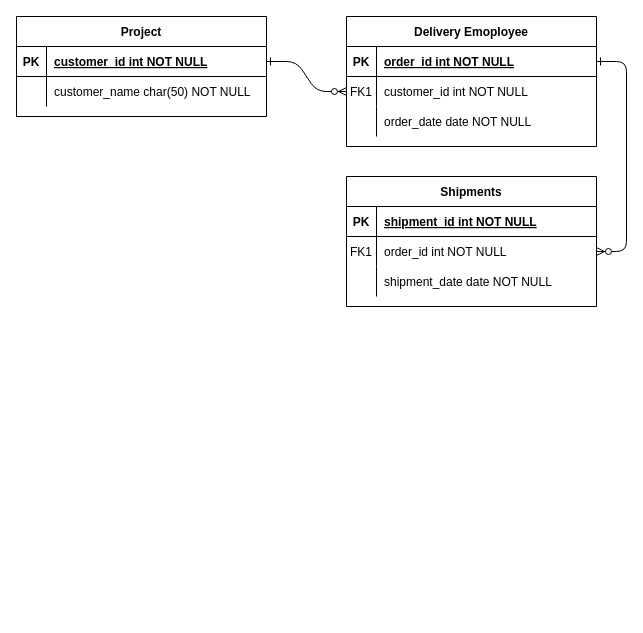
Before: Untitled Diagram.drawio in leeservice/sql_kainos_academy, a draw.io diagram. Source tidied: cells renumbered, new cells numbered last; positions are measured from the earlier drawing's top-left corner, leaving out a move shared by most shapes. Both pictures are drawn from the tidied source at 100%, with x=0, y=0 at pixel (16, 16).
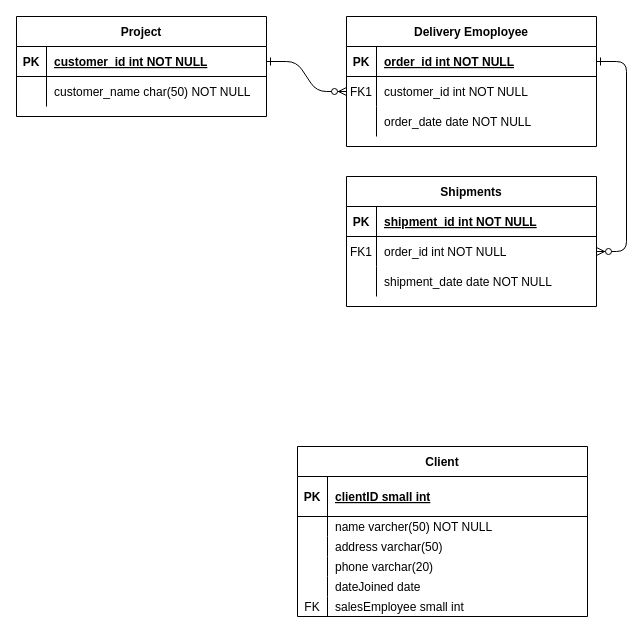
The same diagram, later.

What changed in the source:
```diff
@@
+    <mxCell id="31" value="Client" style="shape=table;startSize=30;childLayout=tableLayout;rowLines=0;fontStyle=1;align=center;" parent="1" vertex="1">
+      <mxGeometry x="281" y="430" width="290" height="170" as="geometry" />
+    </mxCell>
+    <mxCell id="32" style="shape=partialRectangle;fillColor=none;top=0;left=0;right=0;bottom=1;" parent="31" vertex="1">
+      <mxGeometry y="30" width="290" height="40" as="geometry" />
+    </mxCell>
+    <mxCell id="33" value="PK" style="shape=partialRectangle;overflow=hidden;fillColor=none;top=0;left=0;bottom=0;right=0;fontStyle=1;" parent="32" vertex="1">
+      <mxGeometry width="30" height="40" as="geometry" />
+    </mxCell>
+    <mxCell id="34" value="clientID small int" style="shape=partialRectangle;overflow=hidden;fillColor=none;top=0;left=0;bottom=0;right=0;align=left;spacingLeft=6;fontStyle=5;" parent="32" vertex="1">
+      <mxGeometry x="30" width="260" height="40" as="geometry" />
+    </mxCell>
+    <mxCell id="35" style="shape=partialRectangle;fillColor=none;top=0;left=0;right=0;bottom=0;" parent="31" vertex="1">
+      <mxGeometry y="70" width="290" height="20" as="geometry" />
+    </mxCell>
+    <mxCell id="36" style="shape=partialRectangle;overflow=hidden;fillColor=none;top=0;left=0;bottom=0;right=0;" parent="35" vertex="1">
+      <mxGeometry width="30" height="20" as="geometry" />
+    </mxCell>
+    <mxCell id="37" value="name varcher(50) NOT NULL" style="shape=partialRectangle;overflow=hidden;fillColor=none;top=0;left=0;bottom=0;right=0;align=left;spacingLeft=6;" parent="35" vertex="1">
+      <mxGeometry x="30" width="260" height="20" as="geometry" />
+    </mxCell>
+    <mxCell id="38" style="shape=partialRectangle;fillColor=none;top=0;left=0;right=0;bottom=0;" parent="31" vertex="1">
+      <mxGeometry y="90" width="290" height="20" as="geometry" />
+    </mxCell>
+    <mxCell id="39" style="shape=partialRectangle;overflow=hidden;fillColor=none;top=0;left=0;bottom=0;right=0;" parent="38" vertex="1">
+      <mxGeometry width="30" height="20" as="geometry" />
+    </mxCell>
+    <mxCell id="40" value="address varchar(50)" style="shape=partialRectangle;overflow=hidden;fillColor=none;top=0;left=0;bottom=0;right=0;align=left;spacingLeft=6;" parent="38" vertex="1">
+      <mxGeometry x="30" width="260" height="20" as="geometry" />
+    </mxCell>
+    <mxCell id="41" style="shape=partialRectangle;fillColor=none;top=0;left=0;right=0;bottom=0;" parent="31" vertex="1">
+      <mxGeometry y="110" width="290" height="20" as="geometry" />
+    </mxCell>
+    <mxCell id="42" style="shape=partialRectangle;overflow=hidden;fillColor=none;top=0;left=0;bottom=0;right=0;" parent="41" vertex="1">
+      <mxGeometry width="30" height="20" as="geometry" />
+    </mxCell>
+    <mxCell id="43" value="phone varchar(20)" style="shape=partialRectangle;overflow=hidden;fillColor=none;top=0;left=0;bottom=0;right=0;align=left;spacingLeft=6;" parent="41" vertex="1">
+      <mxGeometry x="30" width="260" height="20" as="geometry" />
+    </mxCell>
+    <mxCell id="44" style="shape=partialRectangle;fillColor=none;top=0;left=0;right=0;bottom=0;" parent="31" vertex="1">
+      <mxGeometry y="130" width="290" height="20" as="geometry" />
+    </mxCell>
+    <mxCell id="45" style="shape=partialRectangle;overflow=hidden;fillColor=none;top=0;left=0;bottom=0;right=0;" parent="44" vertex="1">
+      <mxGeometry width="30" height="20" as="geometry" />
+    </mxCell>
+    <mxCell id="46" value="dateJoined date" style="shape=partialRectangle;overflow=hidden;fillColor=none;top=0;left=0;bottom=0;right=0;align=left;spacingLeft=6;" parent="44" vertex="1">
+      <mxGeometry x="30" width="260" height="20" as="geometry" />
+    </mxCell>
+    <mxCell id="47" style="shape=partialRectangle;fillColor=none;top=0;left=0;right=0;bottom=0;" parent="31" vertex="1">
+      <mxGeometry y="150" width="290" height="20" as="geometry" />
+    </mxCell>
+    <mxCell id="48" value="FK" style="shape=partialRectangle;overflow=hidden;fillColor=none;top=0;left=0;bottom=0;right=0;" parent="47" vertex="1">
+      <mxGeometry width="30" height="20" as="geometry" />
+    </mxCell>
+    <mxCell id="49" value="salesEmployee small int " style="shape=partialRectangle;overflow=hidden;fillColor=none;top=0;left=0;bottom=0;right=0;align=left;spacingLeft=6;" parent="47" vertex="1">
+      <mxGeometry x="30" width="260" height="20" as="geometry" />
+    </mxCell>
```
